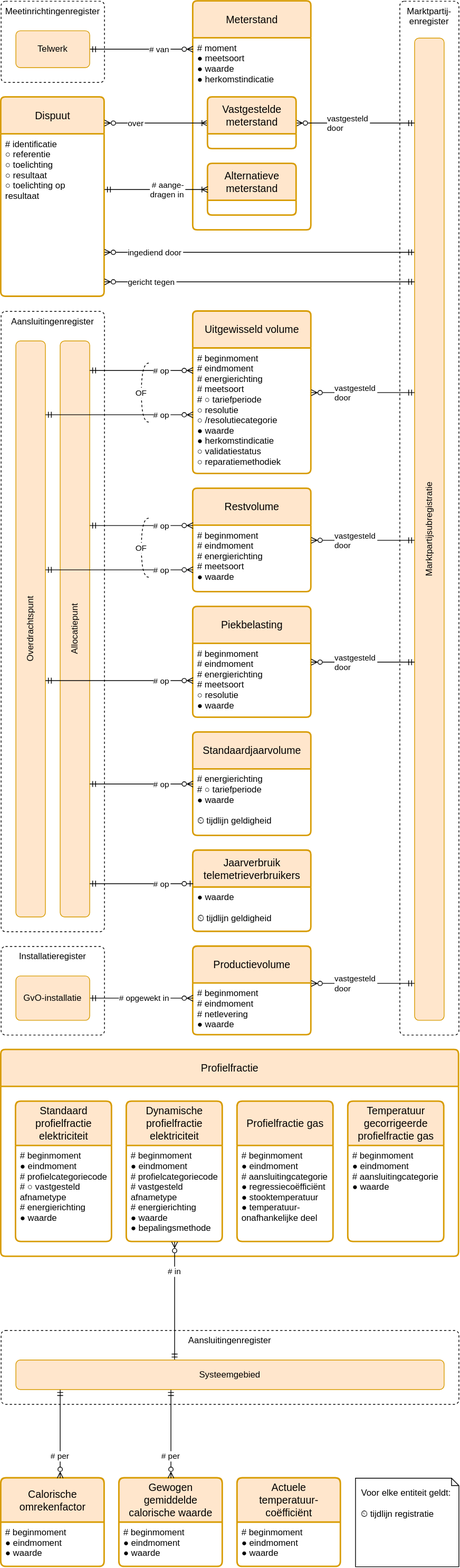
Earlier version of the draw.io export registers/energie-uitwisselingsregister/1.4/energie-uitwisselingsregister.drawio.svg (netbeheernederland/stelsel). Source tidied: cells renumbered, new cells last; positions are measured from the earlier drawing's top-left corner, leaving out a move shared by most shapes.
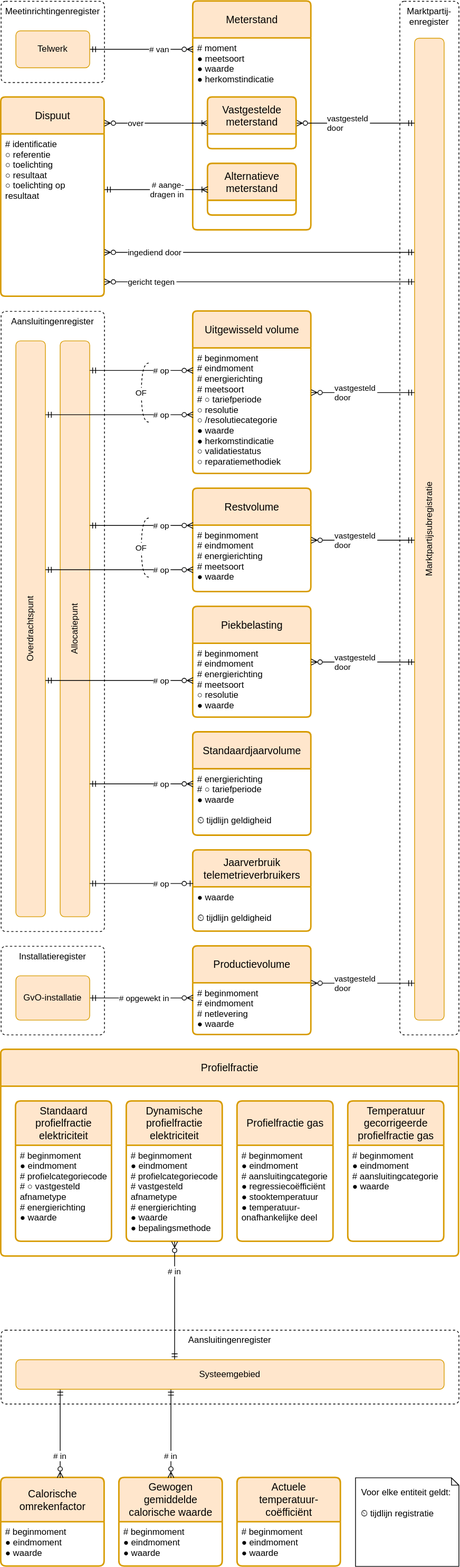
Later version of the same file.

Diff of the diagram source:
```diff
@@ -162,7 +162,7 @@
     <mxCell id="43" value="# beginmoment&#10;● eindmoment&#10;● waarde" style="align=left;strokeColor=none;fillColor=none;spacingLeft=4;fontSize=12;verticalAlign=top;" parent="42" vertex="1">
       <mxGeometry y="60" width="140" height="60" as="geometry" />
     </mxCell>
-    <mxCell id="44" value="# per" style="endArrow=ERmandOne;rounded=0;endFill=0;startArrow=ERzeroToMany;startFill=0;edgeStyle=elbowEdgeStyle;align=center;" parent="1" edge="1" source="42" target="52">
+    <mxCell id="44" value="# in" style="endArrow=ERmandOne;rounded=0;endFill=0;startArrow=ERzeroToMany;startFill=0;edgeStyle=elbowEdgeStyle;align=center;" parent="1" edge="1" source="42" target="52">
       <mxGeometry x="-0.5" relative="1" as="geometry" />
     </mxCell>
     <mxCell id="45" value="Gewogen gemiddelde calorische waarde" style="swimlane;horizontal=1;startSize=60;rounded=1;fontSize=14;fontStyle=0;strokeWidth=2;shadow=0;dashed=0;align=center;arcSize=4;fillColor=#ffe6cc;strokeColor=#d79b00;whiteSpace=wrap;spacing=10;" parent="1" vertex="1">
@@ -171,7 +171,7 @@
     <mxCell id="46" value="# beginmoment&#10;● eindmoment&#10;● waarde" style="align=left;strokeColor=none;fillColor=none;spacingLeft=4;fontSize=12;verticalAlign=top;" parent="45" vertex="1">
       <mxGeometry y="60" width="140" height="60" as="geometry" />
     </mxCell>
-    <mxCell id="47" value="# per" style="endArrow=ERmandOne;rounded=0;endFill=0;startArrow=ERzeroToMany;startFill=0;edgeStyle=elbowEdgeStyle;align=center;" parent="1" edge="1" source="45" target="52">
+    <mxCell id="47" value="# in" style="endArrow=ERmandOne;rounded=0;endFill=0;startArrow=ERzeroToMany;startFill=0;edgeStyle=elbowEdgeStyle;align=center;" parent="1" edge="1" source="45" target="52">
       <mxGeometry x="-0.5" relative="1" as="geometry" />
     </mxCell>
     <mxCell id="48" value="Standaard profielfractie elektriciteit" style="swimlane;horizontal=1;startSize=60;rounded=1;fontSize=14;fontStyle=0;strokeWidth=2;shadow=0;dashed=0;align=center;arcSize=4;fillColor=#ffe6cc;strokeColor=#d79b00;whiteSpace=wrap;spacing=10;" parent="1" vertex="1">
```
